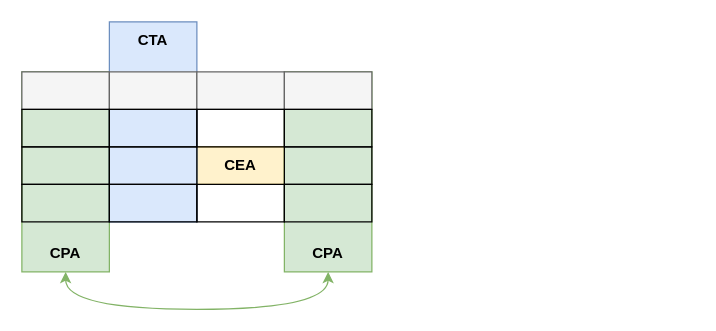
zdetor54/city-ds-final-project keeps this draw.io diagram as RMPI.drawio. Above is the earlier version. Source tidied: cells renumbered, new cells numbered last; positions are measured from the earlier drawing's top-left corner, leaving out a move shared by most shapes. Both pictures are drawn from the tidied source at 125%, with x=0, y=0 at pixel (21, 21).
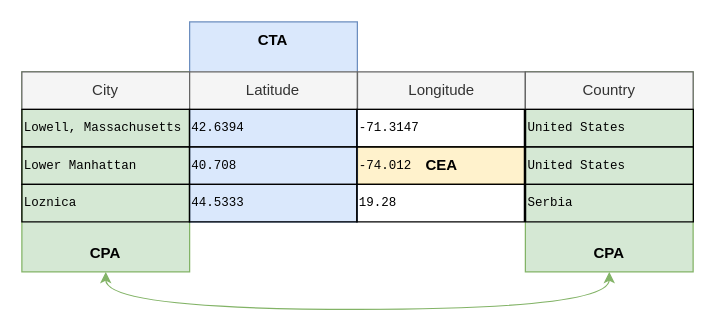
The same diagram, later.

What changed in the source:
```diff
@@
     <mxCell id="2" style="rounded=0;whiteSpace=wrap;html=1;fillColor=none;" parent="1" vertex="1">
-      <mxGeometry x="140" y="100" width="70" height="30" as="geometry" />
+      <mxGeometry x="268.5" y="100" width="134.2" height="30" as="geometry" />
     </mxCell>
     <mxCell id="3" value="&lt;b&gt;CEA&lt;/b&gt;" style="rounded=0;whiteSpace=wrap;html=1;fillColor=#fff2cc;strokeColor=#d6b656;" parent="1" vertex="1">
-      <mxGeometry x="140" y="100" width="70" height="30" as="geometry" />
+      <mxGeometry x="268.5" y="100" width="134.2" height="30" as="geometry" />
     </mxCell>
     <mxCell id="4" style="rounded=0;whiteSpace=wrap;html=1;fillColor=#d5e8d4;strokeColor=#82b366;" parent="1" vertex="1">
-      <mxGeometry y="40" width="70" height="160" as="geometry" />
+      <mxGeometry y="40" width="134.2" height="160" as="geometry" />
     </mxCell>
     <mxCell id="5" style="rounded=0;whiteSpace=wrap;html=1;fillColor=#d5e8d4;strokeColor=#82b366;" parent="1" vertex="1">
-      <mxGeometry x="210" y="40" width="70" height="160" as="geometry" />
+      <mxGeometry x="402.8" y="40" width="134.2" height="160" as="geometry" />
     </mxCell>
     <mxCell id="6" style="rounded=0;whiteSpace=wrap;html=1;fillColor=#dae8fc;strokeColor=#6c8ebf;" parent="1" vertex="1">
-      <mxGeometry x="70" width="70" height="160" as="geometry" />
+      <mxGeometry x="134.2" width="134.2" height="160" as="geometry" />
     </mxCell>
-    <mxCell id="7" style="rounded=0;whiteSpace=wrap;html=1;fillColor=#f5f5f5;strokeColor=#666666;fontColor=#333333;" parent="1" vertex="1">
-      <mxGeometry y="40" width="70" height="30" as="geometry" />
+    <mxCell id="7" value="City" style="rounded=0;whiteSpace=wrap;html=1;fillColor=#f5f5f5;strokeColor=#666666;fontColor=#333333;" parent="1" vertex="1">
+      <mxGeometry y="40" width="134.2" height="30" as="geometry" />
     </mxCell>
-    <mxCell id="8" style="rounded=0;whiteSpace=wrap;html=1;fillColor=#f5f5f5;strokeColor=#666666;fontColor=#333333;" parent="1" vertex="1">
-      <mxGeometry x="70" y="40" width="70" height="30" as="geometry" />
+    <mxCell id="8" value="Latitude" style="rounded=0;whiteSpace=wrap;html=1;fillColor=#f5f5f5;strokeColor=#666666;fontColor=#333333;" parent="1" vertex="1">
+      <mxGeometry x="134.2" y="40" width="134.2" height="30" as="geometry" />
     </mxCell>
-    <mxCell id="9" style="rounded=0;whiteSpace=wrap;html=1;fillColor=#f5f5f5;strokeColor=#666666;fontColor=#333333;" parent="1" vertex="1">
-      <mxGeometry x="140" y="40" width="70" height="30" as="geometry" />
+    <mxCell id="9" value="Longitude" style="rounded=0;whiteSpace=wrap;html=1;fillColor=#f5f5f5;strokeColor=#666666;fontColor=#333333;" parent="1" vertex="1">
+      <mxGeometry x="268.5" y="40" width="134.2" height="30" as="geometry" />
     </mxCell>
-    <mxCell id="10" style="rounded=0;whiteSpace=wrap;html=1;fillColor=#f5f5f5;strokeColor=#666666;fontColor=#333333;" parent="1" vertex="1">
-      <mxGeometry x="210" y="40" width="70" height="30" as="geometry" />
+    <mxCell id="10" value="Country" style="rounded=0;whiteSpace=wrap;html=1;fillColor=#f5f5f5;strokeColor=#666666;fontColor=#333333;" parent="1" vertex="1">
+      <mxGeometry x="402.8" y="40" width="134.2" height="30" as="geometry" />
     </mxCell>
-    <mxCell id="11" style="rounded=0;whiteSpace=wrap;html=1;fillColor=none;" parent="1" vertex="1">
-      <mxGeometry y="70" width="70" height="30" as="geometry" />
+    <mxCell id="11" value="&lt;pre&gt;&lt;font style=&quot;font-size: 10px&quot;&gt;Lowell, Massachusetts&lt;/font&gt;&lt;/pre&gt;" style="rounded=0;whiteSpace=wrap;html=1;fillColor=none;align=left;" parent="1" vertex="1">
+      <mxGeometry y="70" width="134.2" height="30" as="geometry" />
     </mxCell>
-    <mxCell id="12" style="rounded=0;whiteSpace=wrap;html=1;fillColor=none;" parent="1" vertex="1">
-      <mxGeometry x="70" y="70" width="70" height="30" as="geometry" />
-    </mxCell>
-    <mxCell id="13" style="rounded=0;whiteSpace=wrap;html=1;fillColor=none;" parent="1" vertex="1">
-      <mxGeometry x="140" y="70" width="70" height="30" as="geometry" />
-    </mxCell>
-    <mxCell id="14" style="rounded=0;whiteSpace=wrap;html=1;fillColor=none;" parent="1" vertex="1">
-      <mxGeometry x="210" y="70" width="70" height="30" as="geometry" />
-    </mxCell>
-    <mxCell id="15" style="rounded=0;whiteSpace=wrap;html=1;fillColor=none;" parent="1" vertex="1">
-      <mxGeometry y="100" width="70" height="30" as="geometry" />
+    <mxCell id="15" value="&lt;pre&gt;&lt;font style=&quot;font-size: 10px&quot;&gt;Lower Manhattan&lt;/font&gt;&lt;/pre&gt;" style="rounded=0;whiteSpace=wrap;html=1;fillColor=none;align=left;" parent="1" vertex="1">
+      <mxGeometry y="100" width="134.2" height="30" as="geometry" />
     </mxCell>
-    <mxCell id="16" style="rounded=0;whiteSpace=wrap;html=1;fillColor=none;" parent="1" vertex="1">
-      <mxGeometry x="70" y="100" width="70" height="30" as="geometry" />
-    </mxCell>
-    <mxCell id="17" style="rounded=0;whiteSpace=wrap;html=1;fillColor=none;" parent="1" vertex="1">
-      <mxGeometry x="210" y="100" width="70" height="30" as="geometry" />
-    </mxCell>
-    <mxCell id="18" style="rounded=0;whiteSpace=wrap;html=1;fillColor=none;" parent="1" vertex="1">
-      <mxGeometry y="130" width="70" height="30" as="geometry" />
+    <mxCell id="18" value="&lt;pre style=&quot;font-size: 10px;&quot;&gt;Loznica&lt;/pre&gt;" style="rounded=0;whiteSpace=wrap;html=1;fillColor=none;align=left;fontSize=10;" parent="1" vertex="1">
+      <mxGeometry y="130" width="134.2" height="30" as="geometry" />
     </mxCell>
-    <mxCell id="19" style="rounded=0;whiteSpace=wrap;html=1;fillColor=none;" parent="1" vertex="1">
-      <mxGeometry x="70" y="130" width="70" height="30" as="geometry" />
-    </mxCell>
-    <mxCell id="20" style="rounded=0;whiteSpace=wrap;html=1;fillColor=none;" parent="1" vertex="1">
-      <mxGeometry x="140" y="130" width="70" height="30" as="geometry" />
-    </mxCell>
-    <mxCell id="21" style="rounded=0;whiteSpace=wrap;html=1;fillColor=none;" parent="1" vertex="1">
-      <mxGeometry x="210" y="130" width="70" height="30" as="geometry" />
-    </mxCell>
     <mxCell id="22" value="&lt;b&gt;CTA&lt;/b&gt;" style="rounded=0;whiteSpace=wrap;html=1;fillColor=none;strokeColor=none;" parent="1" vertex="1">
-      <mxGeometry x="70" width="70" height="30" as="geometry" />
+      <mxGeometry x="134.2" width="134.2" height="30" as="geometry" />
     </mxCell>
     <mxCell id="23" value="&lt;b&gt;CPA&lt;/b&gt;" style="rounded=0;whiteSpace=wrap;html=1;fillColor=none;strokeColor=none;" parent="1" vertex="1">
-      <mxGeometry y="170" width="70" height="30" as="geometry" />
+      <mxGeometry y="170" width="134.2" height="30" as="geometry" />
     </mxCell>
     <mxCell id="24" value="&lt;b&gt;CPA&lt;/b&gt;" style="rounded=0;whiteSpace=wrap;html=1;fillColor=none;strokeColor=none;" parent="1" vertex="1">
-      <mxGeometry x="210" y="170" width="70" height="30" as="geometry" />
+      <mxGeometry x="402.8" y="170" width="134.2" height="30" as="geometry" />
     </mxCell>
     <mxCell id="25" style="endArrow=classic;startArrow=classic;html=1;entryX=0.5;entryY=1;entryDx=0;entryDy=0;exitX=0.5;exitY=1;exitDx=0;exitDy=0;edgeStyle=orthogonalEdgeStyle;curved=1;fillColor=#d5e8d4;strokeColor=#82b366;" parent="1" edge="1" source="23" target="24">
       <mxGeometry relative="1" as="geometry">
         <Array as="points">
-          <mxPoint x="35" y="230" />
-          <mxPoint x="245" y="230" />
+          <mxPoint x="67.1" y="230" />
+          <mxPoint x="469.9" y="230" />
         </Array>
       </mxGeometry>
     </mxCell>
+    <mxCell id="26" value="&lt;pre style=&quot;font-size: 10px;&quot;&gt;42.6394&lt;/pre&gt;" style="rounded=0;whiteSpace=wrap;html=1;fillColor=none;fontSize=10;align=left;" parent="1" vertex="1">
+      <mxGeometry x="134" y="70" width="134" height="30" as="geometry" />
+    </mxCell>
+    <mxCell id="27" value="&lt;pre style=&quot;font-size: 10px&quot;&gt;40.708&lt;/pre&gt;" style="rounded=0;whiteSpace=wrap;html=1;fillColor=none;fontSize=10;align=left;" parent="1" vertex="1">
+      <mxGeometry x="134" y="100" width="134" height="30" as="geometry" />
+    </mxCell>
+    <mxCell id="28" value="&lt;pre style=&quot;font-size: 10px&quot;&gt;44.5333&lt;/pre&gt;" style="rounded=0;whiteSpace=wrap;html=1;fillColor=none;fontSize=10;align=left;" parent="1" vertex="1">
+      <mxGeometry x="134" y="130" width="134" height="30" as="geometry" />
+    </mxCell>
+    <mxCell id="29" value="&lt;pre style=&quot;font-size: 10px&quot;&gt;-71.3147&lt;/pre&gt;" style="rounded=0;whiteSpace=wrap;html=1;fillColor=none;fontSize=10;align=left;" parent="1" vertex="1">
+      <mxGeometry x="268" y="70" width="134" height="30" as="geometry" />
+    </mxCell>
+    <mxCell id="30" value="&lt;pre style=&quot;font-size: 10px&quot;&gt;-74.012&lt;/pre&gt;" style="rounded=0;whiteSpace=wrap;html=1;fillColor=none;fontSize=10;align=left;" parent="1" vertex="1">
+      <mxGeometry x="268" y="100" width="134" height="30" as="geometry" />
+    </mxCell>
+    <mxCell id="31" value="&lt;pre style=&quot;font-size: 10px&quot;&gt;19.28&lt;/pre&gt;" style="rounded=0;whiteSpace=wrap;html=1;fillColor=none;fontSize=10;align=left;" parent="1" vertex="1">
+      <mxGeometry x="268" y="130" width="134" height="30" as="geometry" />
+    </mxCell>
+    <mxCell id="32" value="&lt;pre&gt;&lt;font style=&quot;font-size: 10px&quot;&gt;United States&lt;/font&gt;&lt;/pre&gt;" style="rounded=0;whiteSpace=wrap;html=1;fillColor=none;align=left;" parent="1" vertex="1">
+      <mxGeometry x="403" y="70" width="134.2" height="30" as="geometry" />
+    </mxCell>
+    <mxCell id="33" value="&lt;pre&gt;&lt;font style=&quot;font-size: 10px&quot;&gt;United States&lt;/font&gt;&lt;/pre&gt;" style="rounded=0;whiteSpace=wrap;html=1;fillColor=none;align=left;" parent="1" vertex="1">
+      <mxGeometry x="403" y="100" width="134.2" height="30" as="geometry" />
+    </mxCell>
+    <mxCell id="34" value="&lt;pre&gt;&lt;font style=&quot;font-size: 10px&quot;&gt;Serbia&lt;/font&gt;&lt;/pre&gt;" style="rounded=0;whiteSpace=wrap;html=1;fillColor=none;align=left;" parent="1" vertex="1">
+      <mxGeometry x="403" y="130" width="134.2" height="30" as="geometry" />
+    </mxCell>
```
